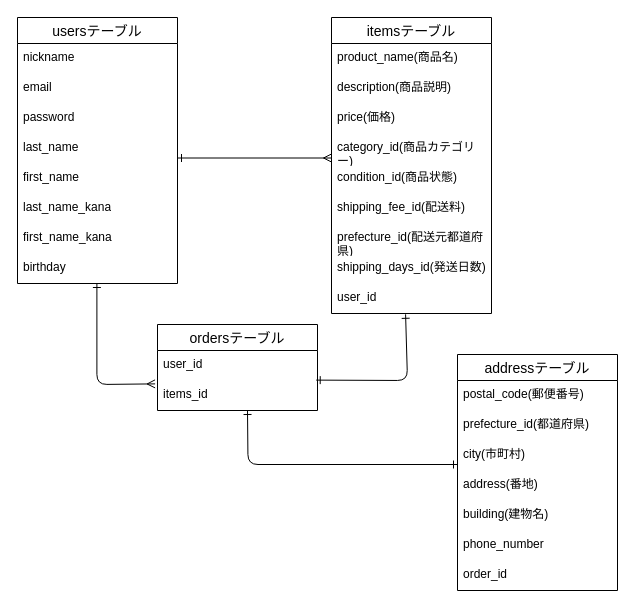
Above: ER図.drawio in K-Nakagawa1210/furima-45742 (draw.io), before the change. Source tidied: cells renumbered, new cells numbered last; positions are measured from the earlier drawing's top-left corner, leaving out a move shared by most shapes. Both pictures are drawn from the tidied source at 100%, with x=0, y=0 at pixel (17, 17).
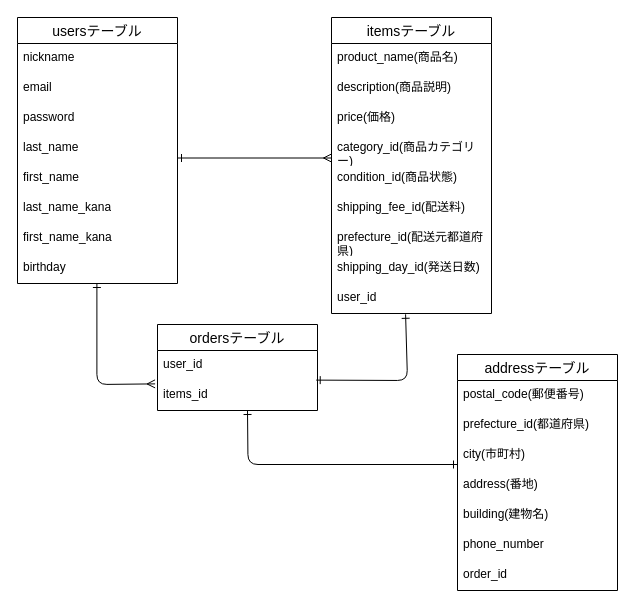
After the change.

Commit message (it also covers changes not shown here):
README(itemsテーブル修正)

Unchanged cells that the change refers to:
```xml
<mxCell id="11" value="itemsテーブル" style="swimlane;fontStyle=0;horizontal=1;startSize=26;align=center;fontSize=14;" parent="1" vertex="1">
  <mxGeometry x="314" width="160" height="296" as="geometry" />
</mxCell>
```

What changed in the source:
```diff
@@
-    <mxCell id="19" value="shipping_days_id(発送日数)" style="text;strokeColor=none;fillColor=none;spacingLeft=4;spacingRight=4;overflow=hidden;fontSize=12;whiteSpace=wrap;html=1;" parent="11" vertex="1">
+    <mxCell id="19" value="shipping_day_id(発送日数)" style="text;strokeColor=none;fillColor=none;spacingLeft=4;spacingRight=4;overflow=hidden;fontSize=12;whiteSpace=wrap;html=1;" parent="11" vertex="1">
       <mxGeometry y="236" width="160" height="30" as="geometry" />
     </mxCell>
```
